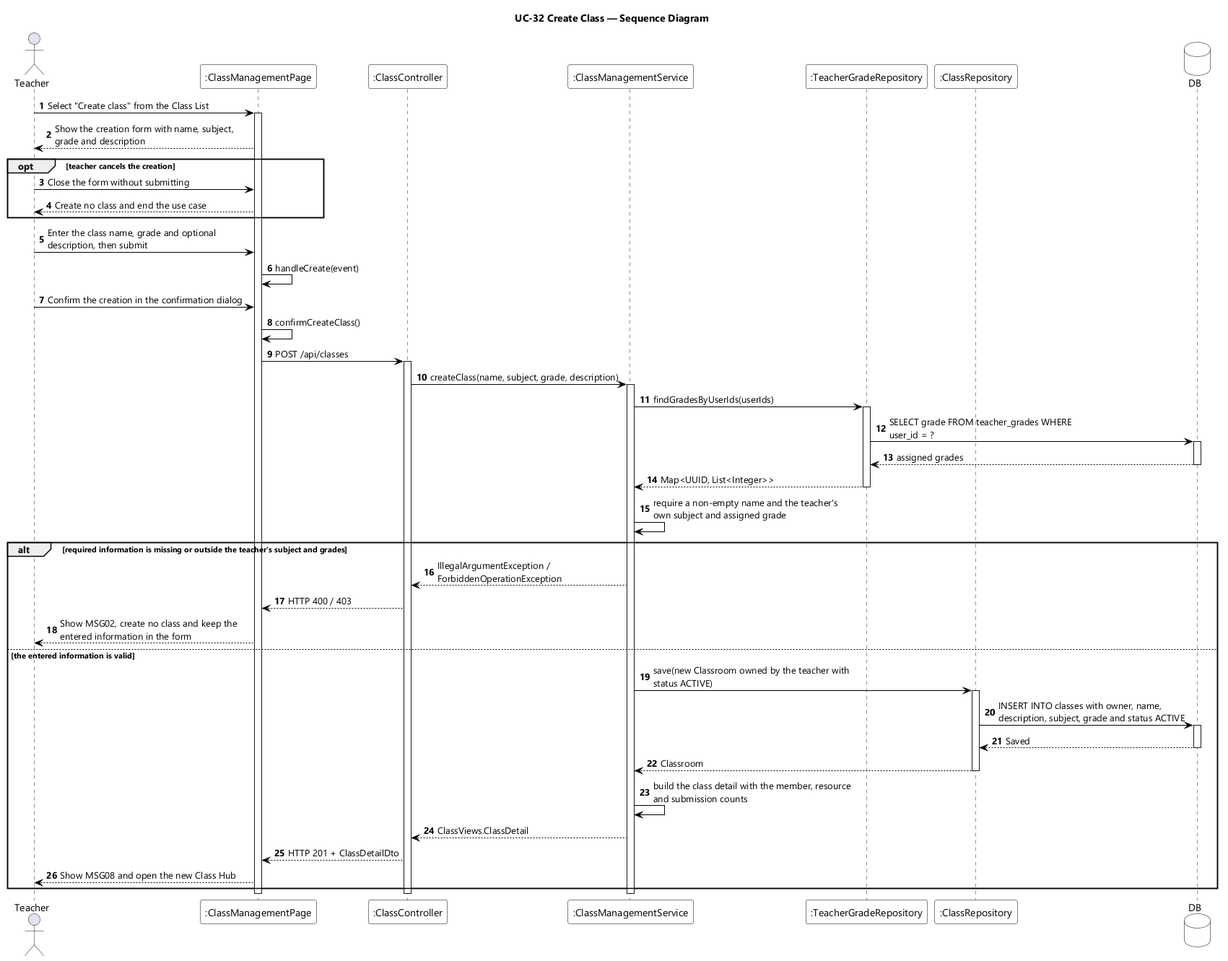
Above: designs/sds-diagrams/uc32/uc32-sequence-diagram.png in EduA-system/EduA-system (PlantUML), before the change. Source of this version:
```plantuml
@startuml UC-32 Create Class - Sequence Diagram
skinparamlocked dpi 96
skinparam defaultFontName "Segoe UI"
skinparam shadowing false
skinparam ParticipantBackgroundColor #FFFFFF
skinparam ParticipantBorderColor #000000
skinparam DatabaseBackgroundColor #FFFFFF
skinparam DatabaseBorderColor #000000
skinparam ArrowColor #000000
skinparam sequenceMessageAlign left
skinparam maxMessageSize 280
title UC-32 Create Class — Sequence Diagram

actor Teacher
participant ":ClassManagementPage" as UI
participant ":ClassController" as CTL
participant ":ClassManagementService" as SVC
participant ":TeacherGradeRepository" as GRADES
participant ":ClassRepository" as REPO
database DB

autonumber
Teacher -> UI : Select "Create class" from the Class List
activate UI
UI --> Teacher : Show the creation form with name, subject, grade and description

opt teacher cancels the creation
  Teacher -> UI : Close the form without submitting
  UI --> Teacher : Create no class and end the use case
end

Teacher -> UI : Enter the class name, grade and optional description, then submit
UI -> UI : handleCreate(event)
Teacher -> UI : Confirm the creation in the confirmation dialog
UI -> UI : confirmCreateClass()
UI -> CTL : POST /api/classes
activate CTL
CTL -> SVC : createClass(name, subject, grade, description)
activate SVC
SVC -> GRADES : findGradesByUserIds(userIds)
activate GRADES
GRADES -> DB : SELECT grade FROM teacher_grades WHERE user_id = ?
activate DB
DB --> GRADES : assigned grades
deactivate DB
GRADES --> SVC : Map<UUID, List<Integer>>
deactivate GRADES
SVC -> SVC : require a non-empty name and the teacher's own subject and assigned grade

alt required information is missing or outside the teacher's subject and grades
  SVC --> CTL : IllegalArgumentException / ForbiddenOperationException
  CTL --> UI : HTTP 400 / 403
  UI --> Teacher : Show MSG02, create no class and keep the entered information in the form
else the entered information is valid
  SVC -> REPO : save(new Classroom owned by the teacher with status ACTIVE)
  activate REPO
  REPO -> DB : INSERT INTO classes with owner, name, description, subject, grade and status ACTIVE
  activate DB
  DB --> REPO : Saved
  deactivate DB
  REPO --> SVC : Classroom
  deactivate REPO
  SVC -> SVC : build the class detail with the member, resource and submission counts
  SVC --> CTL : ClassViews.ClassDetail
  CTL --> UI : HTTP 201 + ClassDetailDto
  UI --> Teacher : Show MSG08 and open the new Class Hub
end
deactivate SVC
deactivate CTL
deactivate UI
@enduml
```
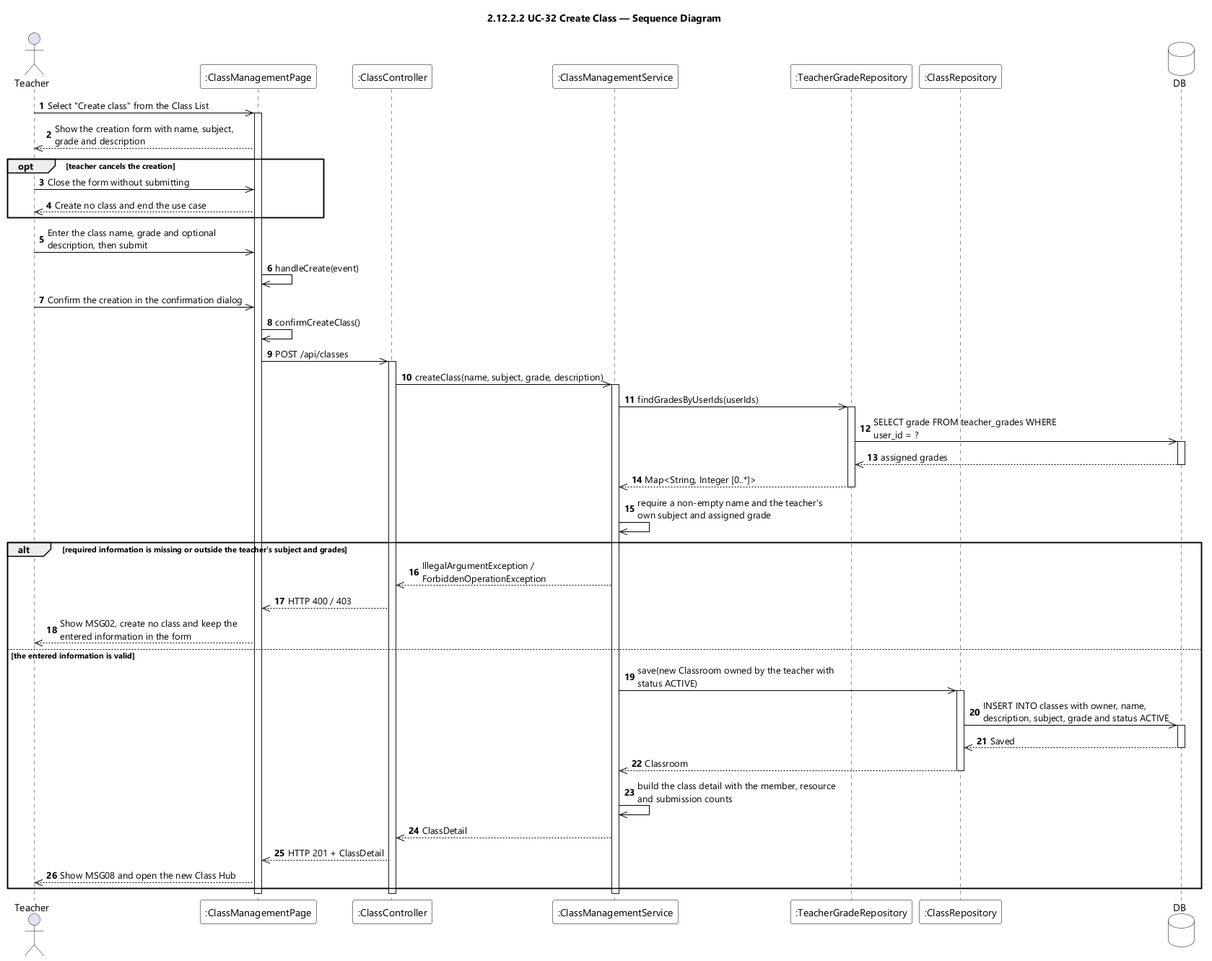
After the commit.

What changed in the source:
```diff
@@ -9,7 +9,7 @@
 skinparam ArrowColor #000000
 skinparam sequenceMessageAlign left
 skinparam maxMessageSize 280
-title UC-32 Create Class — Sequence Diagram
+title 2.12.2.2 UC-32 Create Class — Sequence Diagram
 
 actor Teacher
 participant ":ClassManagementPage" as UI
@@ -20,50 +20,50 @@
 database DB
 
 autonumber
-Teacher -> UI : Select "Create class" from the Class List
+Teacher ->> UI : Select "Create class" from the Class List
 activate UI
-UI --> Teacher : Show the creation form with name, subject, grade and description
+UI -->> Teacher : Show the creation form with name, subject, grade and description
 
 opt teacher cancels the creation
-  Teacher -> UI : Close the form without submitting
-  UI --> Teacher : Create no class and end the use case
+  Teacher ->> UI : Close the form without submitting
+  UI -->> Teacher : Create no class and end the use case
 end
 
-Teacher -> UI : Enter the class name, grade and optional description, then submit
-UI -> UI : handleCreate(event)
-Teacher -> UI : Confirm the creation in the confirmation dialog
-UI -> UI : confirmCreateClass()
-UI -> CTL : POST /api/classes
+Teacher ->> UI : Enter the class name, grade and optional description, then submit
+UI ->> UI : handleCreate(event)
+Teacher ->> UI : Confirm the creation in the confirmation dialog
+UI ->> UI : confirmCreateClass()
+UI ->> CTL : POST /api/classes
 activate CTL
-CTL -> SVC : createClass(name, subject, grade, description)
+CTL ->> SVC : createClass(name, subject, grade, description)
 activate SVC
-SVC -> GRADES : findGradesByUserIds(userIds)
+SVC ->> GRADES : findGradesByUserIds(userIds)
 activate GRADES
-GRADES -> DB : SELECT grade FROM teacher_grades WHERE user_id = ?
+GRADES ->> DB : SELECT grade FROM teacher_grades WHERE user_id = ?
 activate DB
-DB --> GRADES : assigned grades
+DB -->> GRADES : assigned grades
 deactivate DB
-GRADES --> SVC : Map<UUID, List<Integer>>
+GRADES -->> SVC : Map<String, Integer [0..*]>
 deactivate GRADES
-SVC -> SVC : require a non-empty name and the teacher's own subject and assigned grade
+SVC ->> SVC : require a non-empty name and the teacher's own subject and assigned grade
 
 alt required information is missing or outside the teacher's subject and grades
-  SVC --> CTL : IllegalArgumentException / ForbiddenOperationException
-  CTL --> UI : HTTP 400 / 403
-  UI --> Teacher : Show MSG02, create no class and keep the entered information in the form
+  SVC -->> CTL : IllegalArgumentException / ForbiddenOperationException
+  CTL -->> UI : HTTP 400 / 403
+  UI -->> Teacher : Show MSG02, create no class and keep the entered information in the form
 else the entered information is valid
-  SVC -> REPO : save(new Classroom owned by the teacher with status ACTIVE)
+  SVC ->> REPO : save(new Classroom owned by the teacher with status ACTIVE)
   activate REPO
-  REPO -> DB : INSERT INTO classes with owner, name, description, subject, grade and status ACTIVE
+  REPO ->> DB : INSERT INTO classes with owner, name, description, subject, grade and status ACTIVE
   activate DB
-  DB --> REPO : Saved
+  DB -->> REPO : Saved
   deactivate DB
-  REPO --> SVC : Classroom
+  REPO -->> SVC : Classroom
   deactivate REPO
-  SVC -> SVC : build the class detail with the member, resource and submission counts
-  SVC --> CTL : ClassViews.ClassDetail
-  CTL --> UI : HTTP 201 + ClassDetailDto
-  UI --> Teacher : Show MSG08 and open the new Class Hub
+  SVC ->> SVC : build the class detail with the member, resource and submission counts
+  SVC -->> CTL : ClassDetail
+  CTL -->> UI : HTTP 201 + ClassDetail
+  UI -->> Teacher : Show MSG08 and open the new Class Hub
 end
 deactivate SVC
 deactivate CTL
```
